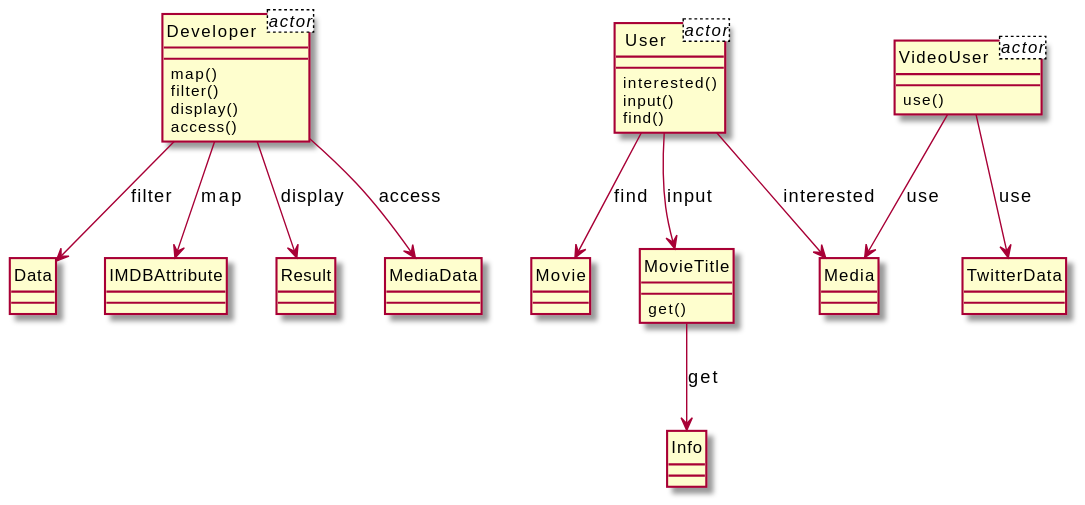
The PlantUML diagram output/diagram_5/2019-USC-Project10.svg in xixixhalu/DomainModelExtractor, before a commit. The source it was exported from:
```plantuml
@startuml
hide circle
class Developer<actor> {
}
class User<actor> {
}
class VideoUser<actor> {
}
class User {
	interested()
	input()
	find()
}
class Movie {
}
class MovieTitle {
	get()
}
class Developer {
	map()
	filter()
	display()
	access()
}
class Data {
}
class IMDBAttribute {
}
class Media {
}
class VideoUser {
	use()
}
class TwitterData {
}
class Info {
}
class Result {
}
class MediaData {
}
Developer --> Data : filter
User --> Movie : find
Developer --> Result : display
VideoUser --> Media : use
Developer --> IMDBAttribute : map
User --> MovieTitle : input
VideoUser --> TwitterData : use
Developer --> MediaData : access
User --> Media : interested
MovieTitle --> Info : get
@enduml
```
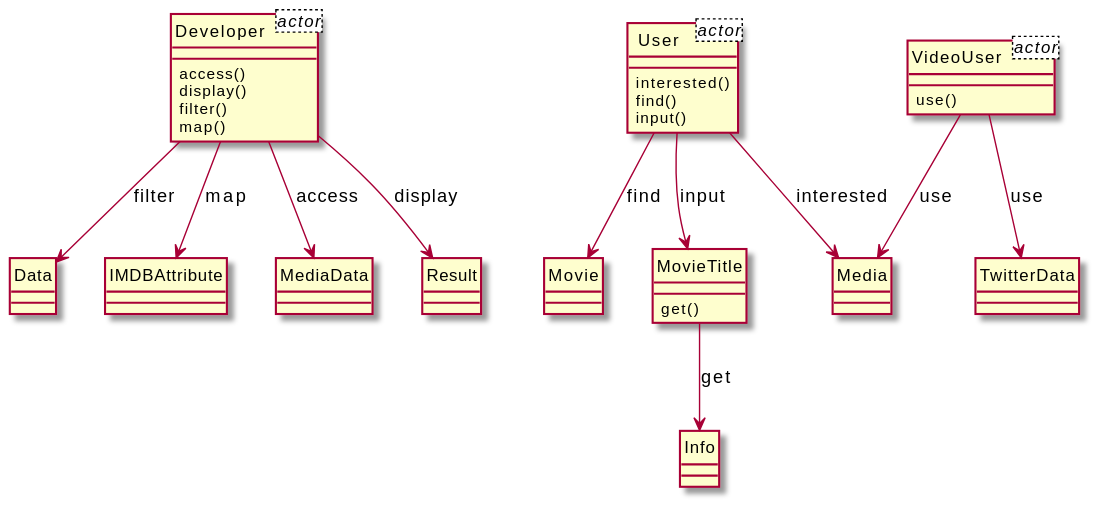
The same file after the commit.

The edit, as a diff of the source:
```diff
@@ -8,25 +8,27 @@
 }
 class User {
 	interested()
+	find()
 	input()
-	find()
 }
-class Movie {
+class Media {
 }
 class MovieTitle {
 	get()
 }
 class Developer {
+	access()
+	display()
+	filter()
 	map()
-	filter()
-	display()
-	access()
 }
 class Data {
 }
 class IMDBAttribute {
 }
-class Media {
+class MediaData {
+}
+class Result {
 }
 class VideoUser {
 	use()
@@ -35,18 +37,16 @@
 }
 class Info {
 }
-class Result {
-}
-class MediaData {
+class Movie {
 }
 Developer --> Data : filter
-User --> Movie : find
+User --> Media : interested
 Developer --> Result : display
-VideoUser --> Media : use
+MovieTitle --> Info : get
 Developer --> IMDBAttribute : map
 User --> MovieTitle : input
+User --> Movie : find
+VideoUser --> Media : use
+Developer --> MediaData : access
 VideoUser --> TwitterData : use
-Developer --> MediaData : access
-User --> Media : interested
-MovieTitle --> Info : get
 @enduml
```
